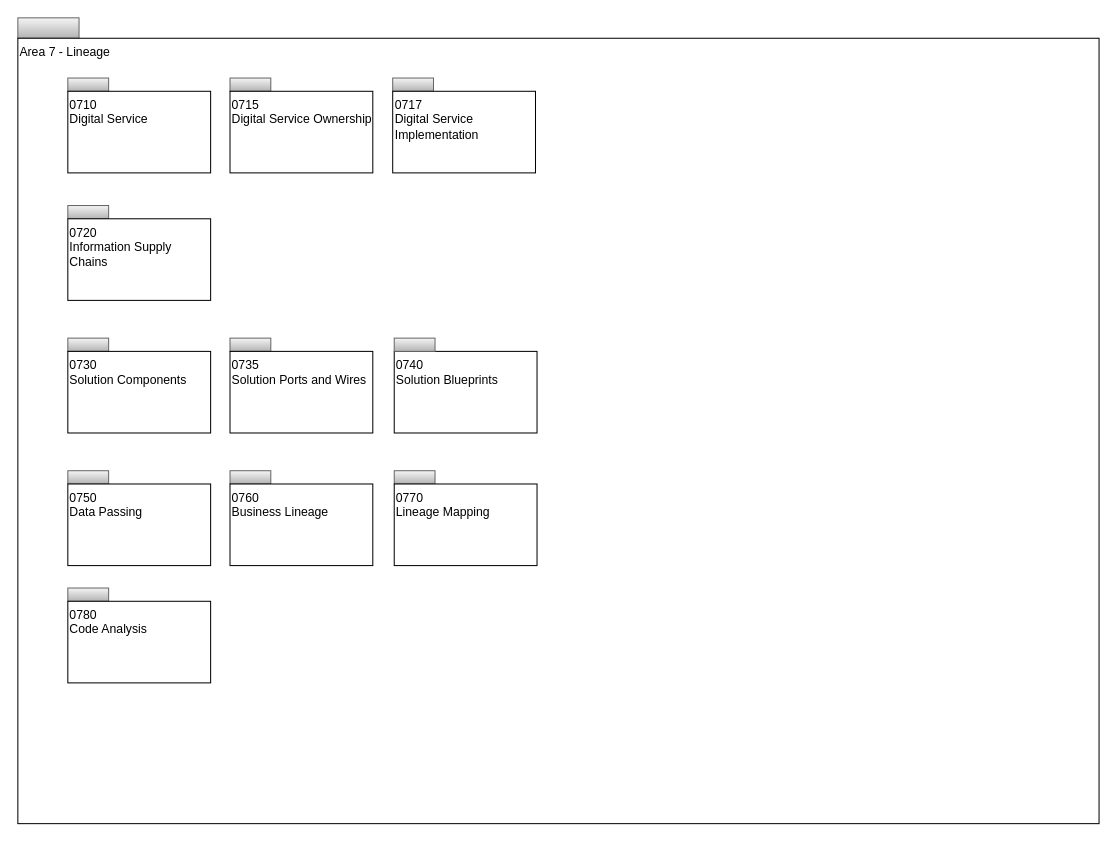
Above: page "Overview" (1 of 13) of open-metadata-publication/website/open-metadata-types/area-7-lineage.drawio in odpi/egeria (draw.io), before the change. Source tidied: cells renumbered, new cells numbered last; positions are measured from the earlier drawing's top-left corner, leaving out a move shared by most shapes. Both pictures are drawn from the tidied source at 102%, with x=0, y=0 at pixel (17, 17).
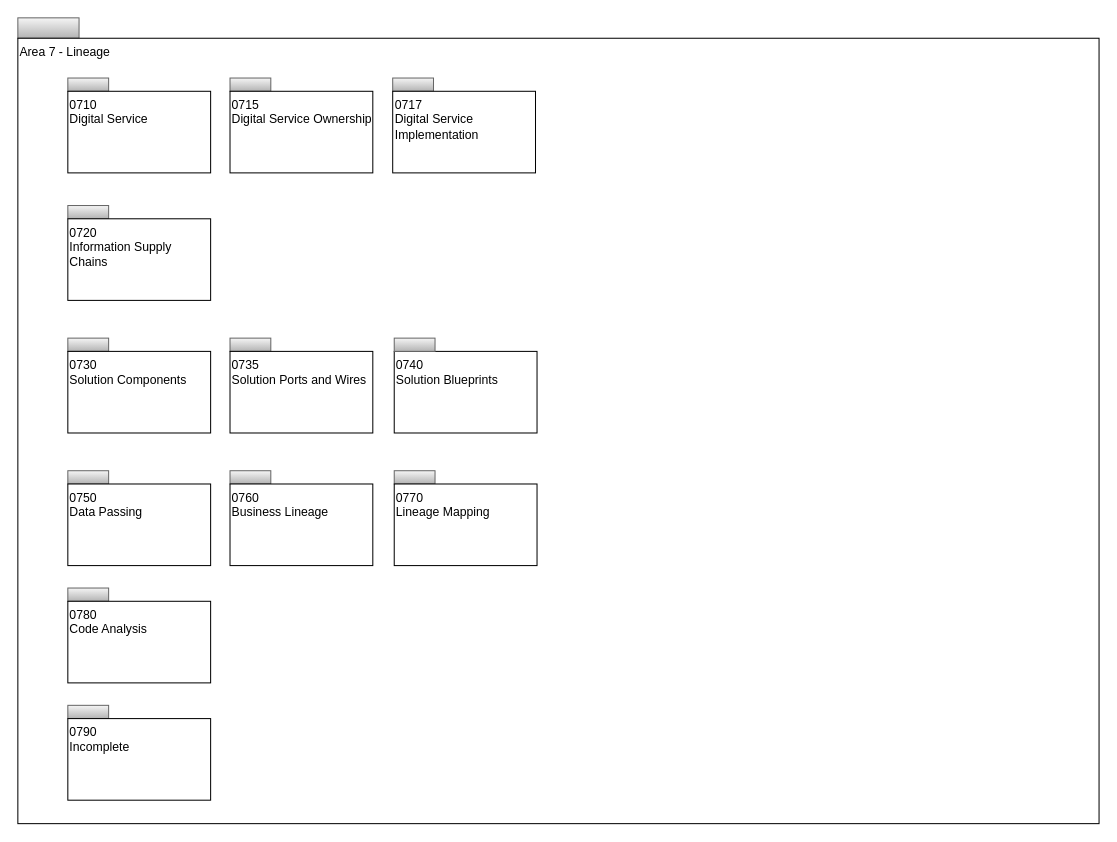
Above is the later version.

Diff of the diagram source:
```diff
@@
+    <mxCell id="26" style="rounded=0;whiteSpace=wrap;html=1;align=left;fillColor=#f5f5f5;strokeColor=#666666;gradientColor=#b3b3b3;" parent="1" vertex="1">
+      <mxGeometry x="49" y="674" width="40" height="13" as="geometry" />
+    </mxCell>
+    <mxCell id="27" value="0790&lt;br&gt;Incomplete" style="rounded=0;whiteSpace=wrap;html=1;align=left;verticalAlign=top;" parent="1" vertex="1">
+      <mxGeometry x="49" y="687" width="140" height="80" as="geometry" />
+    </mxCell>
```
